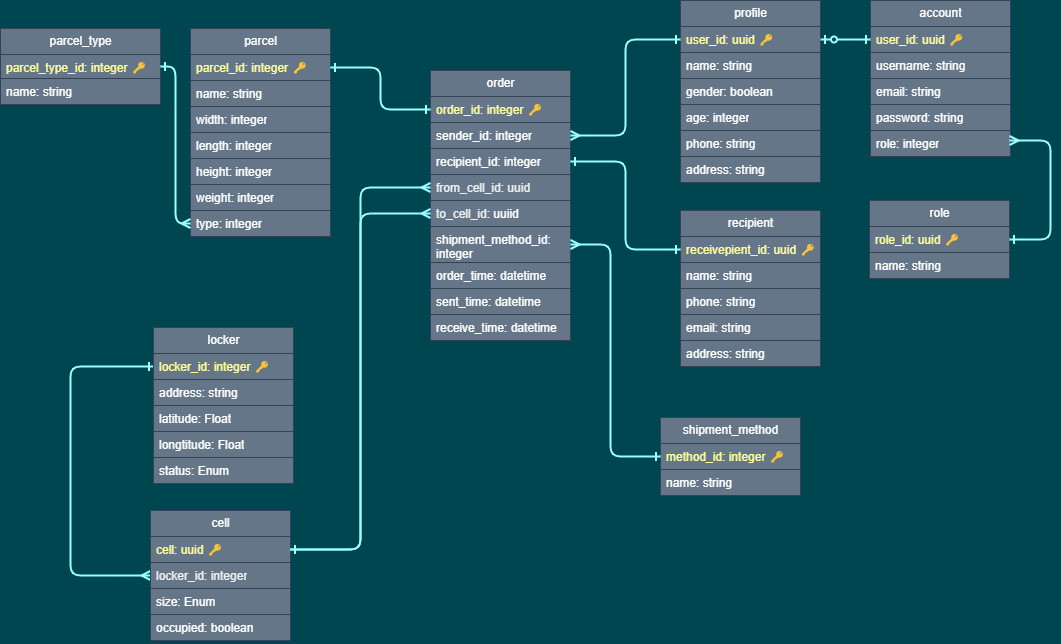
chauanphu/be-parcel-locker keeps this draw.io diagram as UML.drawio.png. Above is the earlier version. Source tidied: cells renumbered, new cells last; positions are measured from the earlier drawing's top-left corner, leaving out a move shared by most shapes.
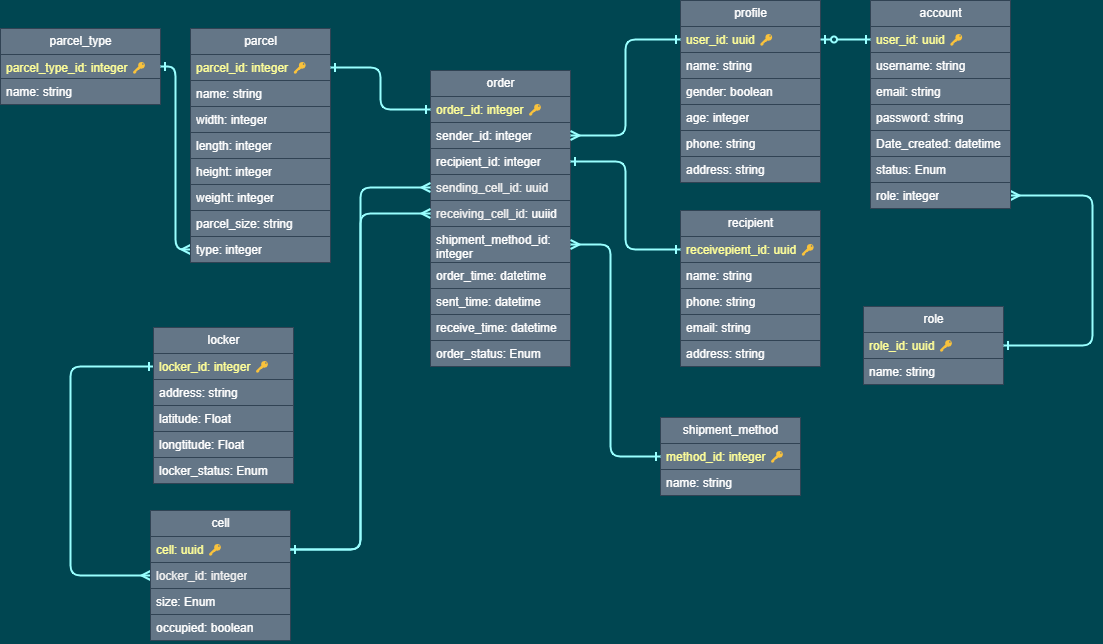
The same diagram one commit later.

What changed in the source:
```diff
@@ -3,7 +3,7 @@
     <mxCell id="0" />
     <mxCell id="1" parent="0" />
     <mxCell id="2" value="parcel" style="swimlane;fontStyle=0;horizontal=1;startSize=26;fillColor=#647687;html=1;fontColor=#ffffff;strokeColor=#314354;" parent="1" vertex="1">
-      <mxGeometry x="190" y="28" width="140" height="208" as="geometry" />
+      <mxGeometry x="190" y="28" width="140" height="182" as="geometry" />
     </mxCell>
     <mxCell id="3" value="&lt;span style=&quot;color: rgb(255, 255, 153);&quot;&gt;parcel_id&lt;/span&gt;&lt;font color=&quot;#ffff99&quot;&gt;: integer 🔑&lt;/font&gt;" style="text;strokeColor=#314354;fillColor=#647687;align=left;verticalAlign=top;spacingLeft=4;spacingRight=4;overflow=hidden;points=[[0,0.5],[1,0.5]];portConstraint=eastwest;whiteSpace=wrap;html=1;fontColor=#ffffff;" parent="2" vertex="1">
       <mxGeometry y="26" width="140" height="26" as="geometry" />
@@ -23,9 +23,6 @@
     <mxCell id="8" value="weight: integer" style="text;strokeColor=#314354;fillColor=#647687;align=left;verticalAlign=top;spacingLeft=4;spacingRight=4;overflow=hidden;whiteSpace=wrap;html=1;fontColor=#ffffff;" parent="2" vertex="1">
       <mxGeometry y="156" width="140" height="26" as="geometry" />
     </mxCell>
-    <mxCell id="9" value="type: integer" style="text;strokeColor=#314354;fillColor=#647687;align=left;verticalAlign=top;spacingLeft=4;spacingRight=4;overflow=hidden;points=[[0,0.5],[1,0.5]];portConstraint=eastwest;whiteSpace=wrap;html=1;fontColor=#ffffff;" parent="2" vertex="1">
-      <mxGeometry y="182" width="140" height="26" as="geometry" />
-    </mxCell>
     <mxCell id="10" value="profile" style="swimlane;fontStyle=0;horizontal=1;startSize=26;fillColor=#647687;html=1;fontColor=#ffffff;strokeColor=#314354;" parent="1" vertex="1">
       <mxGeometry x="680" width="140" height="182" as="geometry" />
     </mxCell>
@@ -59,10 +56,10 @@
     <mxCell id="20" value="&lt;span style=&quot;text-align: center;&quot;&gt;recipient&lt;/span&gt;_id: integer" style="text;strokeColor=#314354;fillColor=#647687;align=left;verticalAlign=top;spacingLeft=4;spacingRight=4;overflow=hidden;points=[[0,0.5],[1,0.5]];portConstraint=eastwest;whiteSpace=wrap;html=1;fontColor=#ffffff;" parent="17" vertex="1">
       <mxGeometry y="78" width="140" height="26" as="geometry" />
     </mxCell>
-    <mxCell id="21" value="&lt;span style=&quot;color: rgb(240, 240, 240);&quot;&gt;from_cell_id: uuid&lt;/span&gt;" style="text;strokeColor=#314354;fillColor=#647687;align=left;verticalAlign=top;spacingLeft=4;spacingRight=4;overflow=hidden;points=[[0,0.5],[1,0.5]];portConstraint=eastwest;whiteSpace=wrap;html=1;fontColor=#ffffff;" parent="17" vertex="1">
+    <mxCell id="21" value="&lt;span style=&quot;color: rgb(240, 240, 240);&quot;&gt;sending_cell_id: uuid&lt;/span&gt;" style="text;strokeColor=#314354;fillColor=#647687;align=left;verticalAlign=top;spacingLeft=4;spacingRight=4;overflow=hidden;points=[[0,0.5],[1,0.5]];portConstraint=eastwest;whiteSpace=wrap;html=1;fontColor=#ffffff;" parent="17" vertex="1">
       <mxGeometry y="104" width="140" height="26" as="geometry" />
     </mxCell>
-    <mxCell id="22" value="&lt;span style=&quot;color: rgb(240, 240, 240);&quot;&gt;to_cell_id&lt;/span&gt;: uuiid" style="text;strokeColor=#314354;fillColor=#647687;align=left;verticalAlign=top;spacingLeft=4;spacingRight=4;overflow=hidden;points=[[0,0.5],[1,0.5]];portConstraint=eastwest;whiteSpace=wrap;html=1;fontColor=#ffffff;" parent="17" vertex="1">
+    <mxCell id="22" value="&lt;span style=&quot;color: rgb(240, 240, 240);&quot;&gt;receiving_cell_id&lt;/span&gt;: uuiid" style="text;strokeColor=#314354;fillColor=#647687;align=left;verticalAlign=top;spacingLeft=4;spacingRight=4;overflow=hidden;points=[[0,0.5],[1,0.5]];portConstraint=eastwest;whiteSpace=wrap;html=1;fontColor=#ffffff;" parent="17" vertex="1">
       <mxGeometry y="130" width="140" height="26" as="geometry" />
     </mxCell>
     <mxCell id="23" value="shipment_method_id: integer" style="text;strokeColor=#314354;fillColor=#647687;align=left;verticalAlign=top;spacingLeft=4;spacingRight=4;overflow=hidden;points=[[0,0.5],[1,0.5]];portConstraint=eastwest;whiteSpace=wrap;html=1;fontColor=#ffffff;" parent="17" vertex="1">
@@ -136,7 +133,7 @@
       <mxGeometry relative="1" as="geometry" />
     </mxCell>
     <mxCell id="45" value="account" style="swimlane;fontStyle=0;horizontal=1;startSize=26;fillColor=#647687;html=1;fontColor=#ffffff;strokeColor=#314354;" parent="1" vertex="1">
-      <mxGeometry x="870" width="140" height="156" as="geometry" />
+      <mxGeometry x="870" width="140" height="130" as="geometry" />
     </mxCell>
     <mxCell id="46" value="&lt;font color=&quot;#ffff99&quot;&gt;user_id: uuid&amp;nbsp;&lt;/font&gt;&lt;span style=&quot;color: rgb(255, 255, 153);&quot;&gt;🔑&lt;/span&gt;" style="text;strokeColor=#314354;fillColor=#647687;align=left;verticalAlign=top;spacingLeft=4;spacingRight=4;overflow=hidden;points=[[0,0.5],[1,0.5]];portConstraint=eastwest;whiteSpace=wrap;html=1;fontColor=#ffffff;" parent="45" vertex="1">
       <mxGeometry y="26" width="140" height="26" as="geometry" />
@@ -150,9 +147,6 @@
     <mxCell id="49" value="password: string" style="text;strokeColor=#314354;fillColor=#647687;align=left;verticalAlign=top;spacingLeft=4;spacingRight=4;overflow=hidden;whiteSpace=wrap;html=1;fontColor=#ffffff;" parent="45" vertex="1">
       <mxGeometry y="104" width="140" height="26" as="geometry" />
     </mxCell>
-    <mxCell id="50" value="role: integer" style="text;strokeColor=#314354;fillColor=#647687;align=left;verticalAlign=top;spacingLeft=4;spacingRight=4;overflow=hidden;points=[[0,0.5],[1,0.5]];portConstraint=eastwest;whiteSpace=wrap;html=1;fontColor=#ffffff;" parent="45" vertex="1">
-      <mxGeometry y="130" width="140" height="26" as="geometry" />
-    </mxCell>
     <mxCell id="51" style="edgeStyle=orthogonalEdgeStyle;html=1;exitX=1;exitY=0.5;exitDx=0;exitDy=0;entryX=0;entryY=0.5;entryDx=0;entryDy=0;fillColor=#647687;strokeColor=#99FFFF;strokeWidth=2;endArrow=ERone;endFill=0;startArrow=ERzeroToOne;startFill=0;" parent="1" edge="1" source="11" target="46">
       <mxGeometry relative="1" as="geometry" />
     </mxCell>
@@ -198,7 +192,7 @@
       </mxGeometry>
     </mxCell>
     <mxCell id="64" value="role" style="swimlane;fontStyle=0;horizontal=1;startSize=26;fillColor=#647687;html=1;fontColor=#ffffff;strokeColor=#314354;" parent="1" vertex="1">
-      <mxGeometry x="869" y="200" width="140" height="78" as="geometry" />
+      <mxGeometry x="863" y="306" width="140" height="78" as="geometry" />
     </mxCell>
     <mxCell id="65" value="&lt;font color=&quot;#ffff99&quot;&gt;role_id: uuid&amp;nbsp;&lt;/font&gt;&lt;span style=&quot;color: rgb(255, 255, 153);&quot;&gt;🔑&lt;/span&gt;" style="text;strokeColor=#314354;fillColor=#647687;align=left;verticalAlign=top;spacingLeft=4;spacingRight=4;overflow=hidden;points=[[0,0.5],[1,0.5]];portConstraint=eastwest;whiteSpace=wrap;html=1;fontColor=#ffffff;" parent="64" vertex="1">
       <mxGeometry y="26" width="140" height="26" as="geometry" />
@@ -206,17 +200,34 @@
     <mxCell id="66" value="name: string" style="text;strokeColor=#314354;fillColor=#647687;align=left;verticalAlign=top;spacingLeft=4;spacingRight=4;overflow=hidden;whiteSpace=wrap;html=1;fontColor=#ffffff;" parent="64" vertex="1">
       <mxGeometry y="52" width="140" height="26" as="geometry" />
     </mxCell>
-    <mxCell id="67" style="edgeStyle=orthogonalEdgeStyle;shape=connector;rounded=1;html=1;entryX=1;entryY=0.5;entryDx=0;entryDy=0;labelBackgroundColor=default;strokeColor=#99FFFF;strokeWidth=2;fontFamily=Helvetica;fontSize=11;fontColor=default;startArrow=ERmany;startFill=0;endArrow=ERone;endFill=0;fillColor=#647687;" parent="1" edge="1" target="65">
+    <mxCell id="67" style="edgeStyle=orthogonalEdgeStyle;shape=connector;rounded=1;html=1;entryX=1;entryY=0.5;entryDx=0;entryDy=0;labelBackgroundColor=default;strokeColor=#99FFFF;strokeWidth=2;fontFamily=Helvetica;fontSize=11;fontColor=default;startArrow=ERmany;startFill=0;endArrow=ERone;endFill=0;fillColor=#647687;exitX=1;exitY=0.5;exitDx=0;exitDy=0;" parent="1" edge="1" source="50" target="65">
       <mxGeometry relative="1" as="geometry">
-        <mxPoint x="1009" y="140" as="sourcePoint" />
         <Array as="points">
-          <mxPoint x="1050" y="140" />
-          <mxPoint x="1050" y="239" />
+          <mxPoint x="1092" y="195" />
+          <mxPoint x="1092" y="345" />
         </Array>
       </mxGeometry>
     </mxCell>
-    <mxCell id="68" value="status: Enum" style="text;strokeColor=#314354;fillColor=#647687;align=left;verticalAlign=top;spacingLeft=4;spacingRight=4;overflow=hidden;whiteSpace=wrap;html=1;fontColor=#ffffff;" parent="1" vertex="1">
+    <mxCell id="68" value="locker_status: Enum" style="text;strokeColor=#314354;fillColor=#647687;align=left;verticalAlign=top;spacingLeft=4;spacingRight=4;overflow=hidden;whiteSpace=wrap;html=1;fontColor=#ffffff;" parent="1" vertex="1">
       <mxGeometry x="153" y="457" width="140" height="26" as="geometry" />
     </mxCell>
+    <mxCell id="69" value="order_status: Enum" style="text;strokeColor=#314354;fillColor=#647687;align=left;verticalAlign=top;spacingLeft=4;spacingRight=4;overflow=hidden;whiteSpace=wrap;html=1;fontColor=#ffffff;" parent="1" vertex="1">
+      <mxGeometry x="430" y="340" width="140" height="26" as="geometry" />
+    </mxCell>
+    <mxCell id="70" value="parcel_size: string&lt;br&gt;" style="text;strokeColor=#314354;fillColor=#647687;align=left;verticalAlign=top;spacingLeft=4;spacingRight=4;overflow=hidden;whiteSpace=wrap;html=1;fontColor=#ffffff;" parent="1" vertex="1">
+      <mxGeometry x="190" y="210" width="140" height="26" as="geometry" />
+    </mxCell>
+    <mxCell id="9" value="type: integer" style="text;strokeColor=#314354;fillColor=#647687;align=left;verticalAlign=top;spacingLeft=4;spacingRight=4;overflow=hidden;points=[[0,0.5],[1,0.5]];portConstraint=eastwest;whiteSpace=wrap;html=1;fontColor=#ffffff;" parent="1" vertex="1">
+      <mxGeometry x="190" y="236" width="140" height="26" as="geometry" />
+    </mxCell>
+    <mxCell id="71" value="status: Enum" style="text;strokeColor=#314354;fillColor=#647687;align=left;verticalAlign=top;spacingLeft=4;spacingRight=4;overflow=hidden;whiteSpace=wrap;html=1;fontColor=#ffffff;" parent="1" vertex="1">
+      <mxGeometry x="870" y="156" width="140" height="26" as="geometry" />
+    </mxCell>
+    <mxCell id="50" value="role: integer" style="text;strokeColor=#314354;fillColor=#647687;align=left;verticalAlign=top;spacingLeft=4;spacingRight=4;overflow=hidden;points=[[0,0.5],[1,0.5]];portConstraint=eastwest;whiteSpace=wrap;html=1;fontColor=#ffffff;" parent="1" vertex="1">
+      <mxGeometry x="870" y="182" width="140" height="26" as="geometry" />
+    </mxCell>
+    <mxCell id="72" value="Date_created: datetime" style="text;strokeColor=#314354;fillColor=#647687;align=left;verticalAlign=top;spacingLeft=4;spacingRight=4;overflow=hidden;whiteSpace=wrap;html=1;fontColor=#ffffff;" parent="1" vertex="1">
+      <mxGeometry x="870" y="130" width="140" height="26" as="geometry" />
+    </mxCell>
   </root>
 </mxGraphModel>
```
